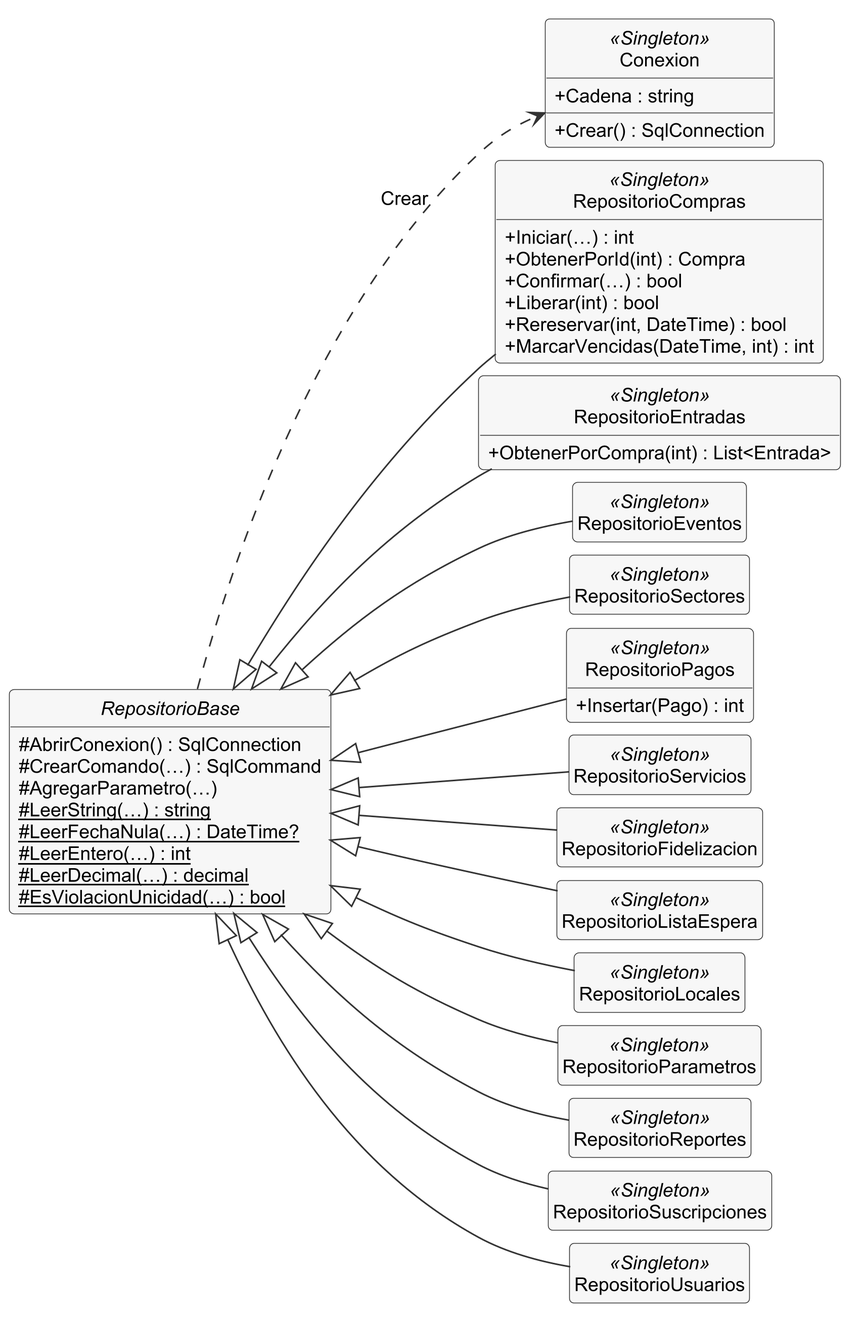
Earlier version of the PlantUML export docs/diagramas/clases-7-datos.png (MaximoAmbro/TrabajoDeDiploma).
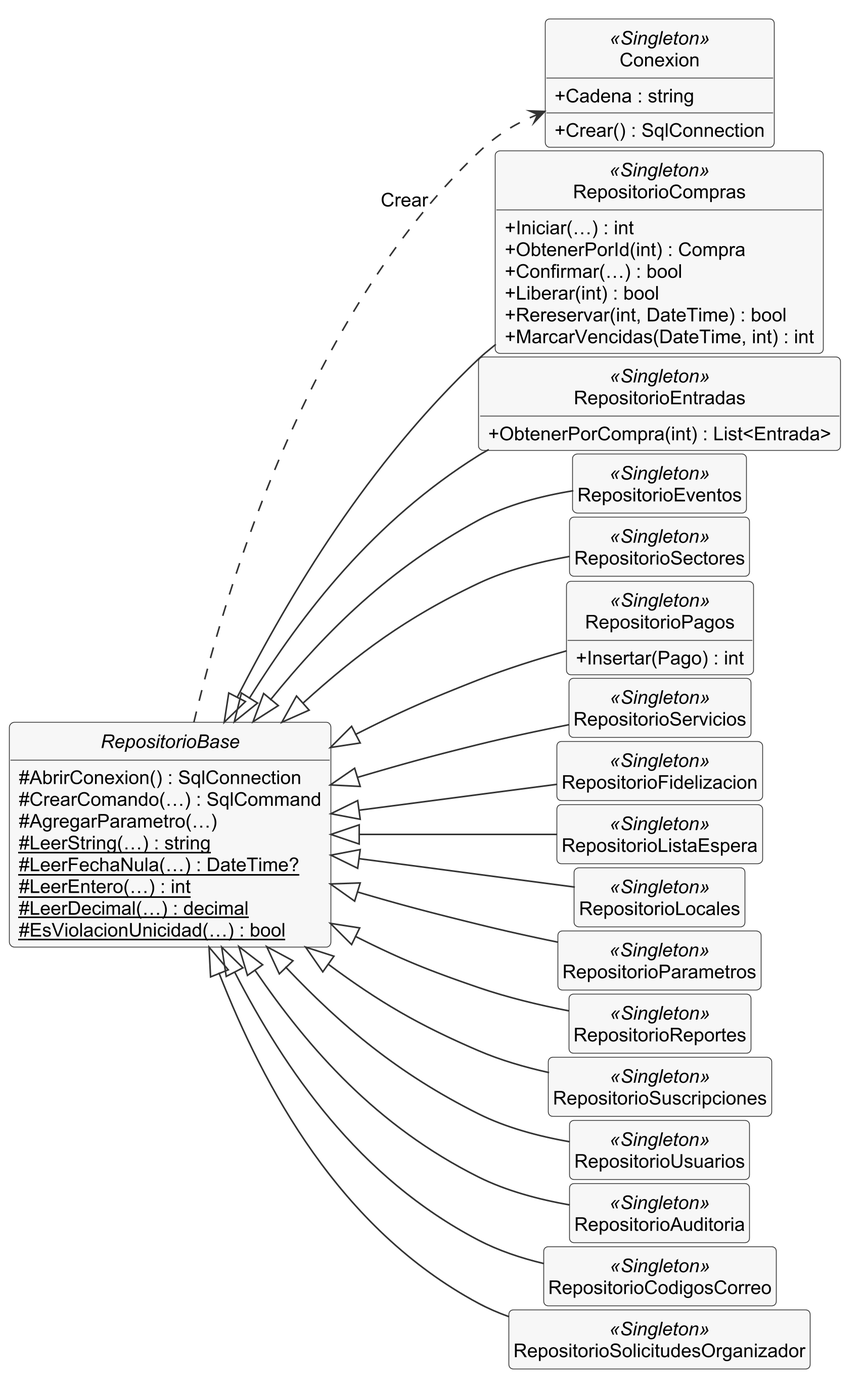
The same diagram one commit later.

The edit, as a diff of the source:
```diff
@@ -2,7 +2,7 @@
 skinparamlocked dpi 300
 !include _estilo.iuml
 left to right direction
-skinparam nodesep 8
+skinparam nodesep 2
 skinparam ranksep 60
 hide empty members
 
@@ -44,6 +44,9 @@
 class RepositorioReportes <<Singleton>>
 class RepositorioSuscripciones <<Singleton>>
 class RepositorioUsuarios <<Singleton>>
+class RepositorioAuditoria <<Singleton>>
+class RepositorioCodigosCorreo <<Singleton>>
+class RepositorioSolicitudesOrganizador <<Singleton>>
 
 RepositorioBase ..> Conexion : Crear
 RepositorioBase <|-- RepositorioCompras
@@ -59,4 +62,7 @@
 RepositorioBase <|-- RepositorioReportes
 RepositorioBase <|-- RepositorioSuscripciones
 RepositorioBase <|-- RepositorioUsuarios
+RepositorioBase <|-- RepositorioAuditoria
+RepositorioBase <|-- RepositorioCodigosCorreo
+RepositorioBase <|-- RepositorioSolicitudesOrganizador
 @enduml
```
